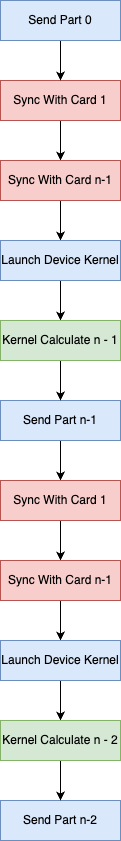
This is TCCL_PIC/RingAllreduceWorkFlow.drawio.png from BEYHHH/SBLP, a draw.io export, as it was before one commit. Source tidied: cells renumbered, new cells last; positions are measured from the earlier drawing's top-left corner, leaving out a move shared by most shapes.
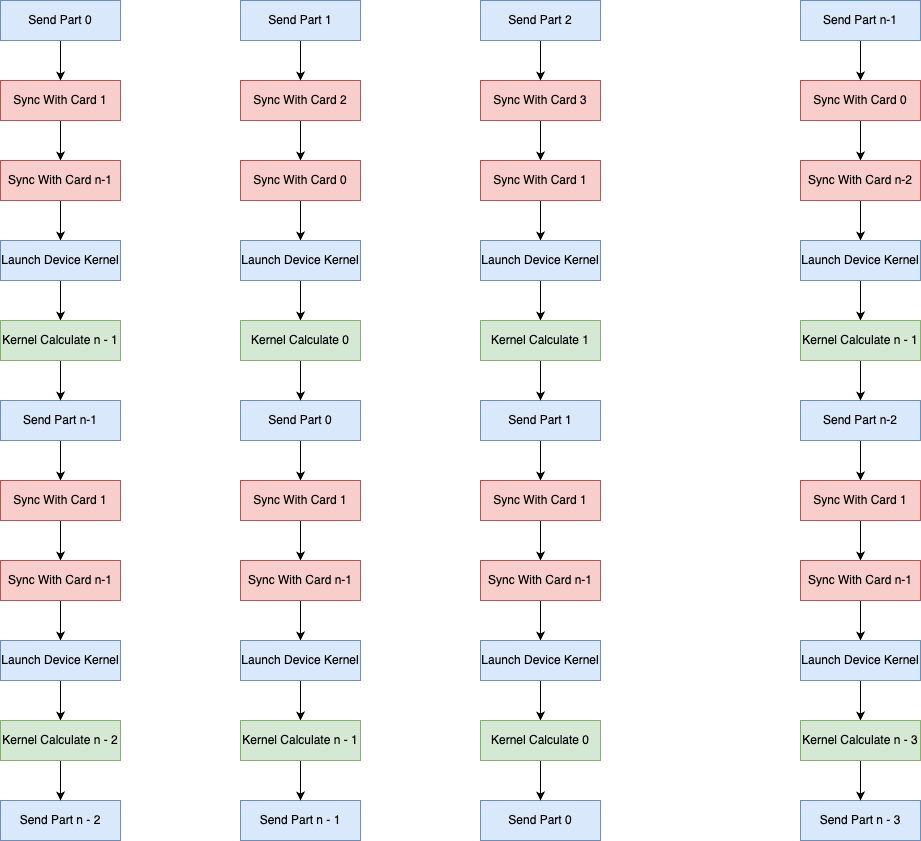
After the commit.

The edit, as a diff of the source:
```diff
@@ -56,7 +56,7 @@
     <mxCell id="19" value="Launch Device Kernel" style="rounded=0;whiteSpace=wrap;html=1;fillColor=#dae8fc;strokeColor=#6c8ebf;" parent="1" vertex="1">
       <mxGeometry y="640" width="120" height="40" as="geometry" />
     </mxCell>
-    <mxCell id="20" value="Send Part n-2" style="rounded=0;whiteSpace=wrap;html=1;fillColor=#dae8fc;strokeColor=#6c8ebf;" parent="1" vertex="1">
+    <mxCell id="20" value="Send Part n - 2" style="rounded=0;whiteSpace=wrap;html=1;fillColor=#dae8fc;strokeColor=#6c8ebf;" parent="1" vertex="1">
       <mxGeometry y="800" width="120" height="40" as="geometry" />
     </mxCell>
     <mxCell id="21" style="edgeStyle=orthogonalEdgeStyle;rounded=0;jettySize=auto;html=1;" parent="1" edge="1" source="22" target="20">
@@ -65,5 +65,194 @@
     <mxCell id="22" value="Kernel Calculate n - 2" style="rounded=0;whiteSpace=wrap;html=1;fillColor=#d5e8d4;strokeColor=#82b366;" parent="1" vertex="1">
       <mxGeometry y="720" width="120" height="40" as="geometry" />
     </mxCell>
+    <mxCell id="23" style="edgeStyle=orthogonalEdgeStyle;rounded=0;jettySize=auto;html=1;" parent="1" edge="1" source="24" target="26">
+      <mxGeometry relative="1" as="geometry" />
+    </mxCell>
+    <mxCell id="24" value="Sync With Card 2" style="rounded=0;whiteSpace=wrap;html=1;fillColor=#f8cecc;strokeColor=#b85450;" parent="1" vertex="1">
+      <mxGeometry x="240" y="80" width="120" height="40" as="geometry" />
+    </mxCell>
+    <mxCell id="25" style="edgeStyle=orthogonalEdgeStyle;rounded=0;jettySize=auto;html=1;" parent="1" edge="1" source="26" target="28">
+      <mxGeometry relative="1" as="geometry" />
+    </mxCell>
+    <mxCell id="26" value="Sync With Card 0" style="rounded=0;whiteSpace=wrap;html=1;fillColor=#f8cecc;strokeColor=#b85450;" parent="1" vertex="1">
+      <mxGeometry x="240" y="160" width="120" height="40" as="geometry" />
+    </mxCell>
+    <mxCell id="27" style="edgeStyle=orthogonalEdgeStyle;rounded=0;jettySize=auto;html=1;" parent="1" edge="1" source="28" target="34">
+      <mxGeometry relative="1" as="geometry" />
+    </mxCell>
+    <mxCell id="28" value="Launch Device Kernel" style="rounded=0;whiteSpace=wrap;html=1;fillColor=#dae8fc;strokeColor=#6c8ebf;" parent="1" vertex="1">
+      <mxGeometry x="240" y="240" width="120" height="40" as="geometry" />
+    </mxCell>
+    <mxCell id="29" style="edgeStyle=orthogonalEdgeStyle;rounded=0;jettySize=auto;html=1;" parent="1" edge="1" source="30" target="36">
+      <mxGeometry relative="1" as="geometry" />
+    </mxCell>
+    <mxCell id="30" value="Send Part 0" style="rounded=0;whiteSpace=wrap;html=1;fillColor=#dae8fc;strokeColor=#6c8ebf;" parent="1" vertex="1">
+      <mxGeometry x="240" y="400" width="120" height="40" as="geometry" />
+    </mxCell>
+    <mxCell id="31" style="edgeStyle=orthogonalEdgeStyle;rounded=0;jettySize=auto;html=1;" parent="1" edge="1" source="32" target="24">
+      <mxGeometry relative="1" as="geometry" />
+    </mxCell>
+    <mxCell id="32" value="Send Part 1" style="rounded=0;whiteSpace=wrap;html=1;fillColor=#dae8fc;strokeColor=#6c8ebf;" parent="1" vertex="1">
+      <mxGeometry x="240" width="120" height="40" as="geometry" />
+    </mxCell>
+    <mxCell id="33" style="edgeStyle=orthogonalEdgeStyle;rounded=0;jettySize=auto;html=1;" parent="1" edge="1" source="34" target="30">
+      <mxGeometry relative="1" as="geometry" />
+    </mxCell>
+    <mxCell id="34" value="Kernel Calculate 0" style="rounded=0;whiteSpace=wrap;html=1;fillColor=#d5e8d4;strokeColor=#82b366;" parent="1" vertex="1">
+      <mxGeometry x="240" y="320" width="120" height="40" as="geometry" />
+    </mxCell>
+    <mxCell id="35" style="edgeStyle=orthogonalEdgeStyle;rounded=0;jettySize=auto;html=1;" parent="1" edge="1" source="36" target="38">
+      <mxGeometry relative="1" as="geometry" />
+    </mxCell>
+    <mxCell id="36" value="Sync With Card 1" style="rounded=0;whiteSpace=wrap;html=1;fillColor=#f8cecc;strokeColor=#b85450;" parent="1" vertex="1">
+      <mxGeometry x="240" y="480" width="120" height="40" as="geometry" />
+    </mxCell>
+    <mxCell id="37" style="edgeStyle=orthogonalEdgeStyle;rounded=0;jettySize=auto;html=1;" parent="1" edge="1" source="38" target="40">
+      <mxGeometry relative="1" as="geometry" />
+    </mxCell>
+    <mxCell id="38" value="Sync With Card n-1" style="rounded=0;whiteSpace=wrap;html=1;fillColor=#f8cecc;strokeColor=#b85450;" parent="1" vertex="1">
+      <mxGeometry x="240" y="560" width="120" height="40" as="geometry" />
+    </mxCell>
+    <mxCell id="39" style="edgeStyle=orthogonalEdgeStyle;rounded=0;jettySize=auto;html=1;" parent="1" edge="1" source="40" target="43">
+      <mxGeometry relative="1" as="geometry" />
+    </mxCell>
+    <mxCell id="40" value="Launch Device Kernel" style="rounded=0;whiteSpace=wrap;html=1;fillColor=#dae8fc;strokeColor=#6c8ebf;" parent="1" vertex="1">
+      <mxGeometry x="240" y="640" width="120" height="40" as="geometry" />
+    </mxCell>
+    <mxCell id="41" value="Send Part n - 1" style="rounded=0;whiteSpace=wrap;html=1;fillColor=#dae8fc;strokeColor=#6c8ebf;" parent="1" vertex="1">
+      <mxGeometry x="240" y="800" width="120" height="40" as="geometry" />
+    </mxCell>
+    <mxCell id="42" style="edgeStyle=orthogonalEdgeStyle;rounded=0;jettySize=auto;html=1;" parent="1" edge="1" source="43" target="41">
+      <mxGeometry relative="1" as="geometry" />
+    </mxCell>
+    <mxCell id="43" value="Kernel Calculate n - 1" style="rounded=0;whiteSpace=wrap;html=1;fillColor=#d5e8d4;strokeColor=#82b366;" parent="1" vertex="1">
+      <mxGeometry x="240" y="720" width="120" height="40" as="geometry" />
+    </mxCell>
+    <mxCell id="44" style="edgeStyle=orthogonalEdgeStyle;rounded=0;jettySize=auto;html=1;" parent="1" edge="1" source="45" target="47">
+      <mxGeometry relative="1" as="geometry" />
+    </mxCell>
+    <mxCell id="45" value="Sync With Card 3" style="rounded=0;whiteSpace=wrap;html=1;fillColor=#f8cecc;strokeColor=#b85450;" parent="1" vertex="1">
+      <mxGeometry x="480" y="80" width="120" height="40" as="geometry" />
+    </mxCell>
+    <mxCell id="46" style="edgeStyle=orthogonalEdgeStyle;rounded=0;jettySize=auto;html=1;" parent="1" edge="1" source="47" target="49">
+      <mxGeometry relative="1" as="geometry" />
+    </mxCell>
+    <mxCell id="47" value="Sync With Card 1" style="rounded=0;whiteSpace=wrap;html=1;fillColor=#f8cecc;strokeColor=#b85450;" parent="1" vertex="1">
+      <mxGeometry x="480" y="160" width="120" height="40" as="geometry" />
+    </mxCell>
+    <mxCell id="48" style="edgeStyle=orthogonalEdgeStyle;rounded=0;jettySize=auto;html=1;" parent="1" edge="1" source="49" target="55">
+      <mxGeometry relative="1" as="geometry" />
+    </mxCell>
+    <mxCell id="49" value="Launch Device Kernel" style="rounded=0;whiteSpace=wrap;html=1;fillColor=#dae8fc;strokeColor=#6c8ebf;" parent="1" vertex="1">
+      <mxGeometry x="480" y="240" width="120" height="40" as="geometry" />
+    </mxCell>
+    <mxCell id="50" style="edgeStyle=orthogonalEdgeStyle;rounded=0;jettySize=auto;html=1;" parent="1" edge="1" source="51" target="57">
+      <mxGeometry relative="1" as="geometry" />
+    </mxCell>
+    <mxCell id="51" value="Send Part 1" style="rounded=0;whiteSpace=wrap;html=1;fillColor=#dae8fc;strokeColor=#6c8ebf;" parent="1" vertex="1">
+      <mxGeometry x="480" y="400" width="120" height="40" as="geometry" />
+    </mxCell>
+    <mxCell id="52" style="edgeStyle=orthogonalEdgeStyle;rounded=0;jettySize=auto;html=1;" parent="1" edge="1" source="53" target="45">
+      <mxGeometry relative="1" as="geometry" />
+    </mxCell>
+    <mxCell id="53" value="Send Part 2" style="rounded=0;whiteSpace=wrap;html=1;fillColor=#dae8fc;strokeColor=#6c8ebf;" parent="1" vertex="1">
+      <mxGeometry x="480" width="120" height="40" as="geometry" />
+    </mxCell>
+    <mxCell id="54" style="edgeStyle=orthogonalEdgeStyle;rounded=0;jettySize=auto;html=1;" parent="1" edge="1" source="55" target="51">
+      <mxGeometry relative="1" as="geometry" />
+    </mxCell>
+    <mxCell id="55" value="Kernel Calculate 1" style="rounded=0;whiteSpace=wrap;html=1;fillColor=#d5e8d4;strokeColor=#82b366;" parent="1" vertex="1">
+      <mxGeometry x="480" y="320" width="120" height="40" as="geometry" />
+    </mxCell>
+    <mxCell id="56" style="edgeStyle=orthogonalEdgeStyle;rounded=0;jettySize=auto;html=1;" parent="1" edge="1" source="57" target="59">
+      <mxGeometry relative="1" as="geometry" />
+    </mxCell>
+    <mxCell id="57" value="Sync With Card 1" style="rounded=0;whiteSpace=wrap;html=1;fillColor=#f8cecc;strokeColor=#b85450;" parent="1" vertex="1">
+      <mxGeometry x="480" y="480" width="120" height="40" as="geometry" />
+    </mxCell>
+    <mxCell id="58" style="edgeStyle=orthogonalEdgeStyle;rounded=0;jettySize=auto;html=1;" parent="1" edge="1" source="59" target="61">
+      <mxGeometry relative="1" as="geometry" />
+    </mxCell>
+    <mxCell id="59" value="Sync With Card n-1" style="rounded=0;whiteSpace=wrap;html=1;fillColor=#f8cecc;strokeColor=#b85450;" parent="1" vertex="1">
+      <mxGeometry x="480" y="560" width="120" height="40" as="geometry" />
+    </mxCell>
+    <mxCell id="60" style="edgeStyle=orthogonalEdgeStyle;rounded=0;jettySize=auto;html=1;" parent="1" edge="1" source="61" target="64">
+      <mxGeometry relative="1" as="geometry" />
+    </mxCell>
+    <mxCell id="61" value="Launch Device Kernel" style="rounded=0;whiteSpace=wrap;html=1;fillColor=#dae8fc;strokeColor=#6c8ebf;" parent="1" vertex="1">
+      <mxGeometry x="480" y="640" width="120" height="40" as="geometry" />
+    </mxCell>
+    <mxCell id="62" value="Send Part 0" style="rounded=0;whiteSpace=wrap;html=1;fillColor=#dae8fc;strokeColor=#6c8ebf;" parent="1" vertex="1">
+      <mxGeometry x="480" y="800" width="120" height="40" as="geometry" />
+    </mxCell>
+    <mxCell id="63" style="edgeStyle=orthogonalEdgeStyle;rounded=0;jettySize=auto;html=1;" parent="1" edge="1" source="64" target="62">
+      <mxGeometry relative="1" as="geometry" />
+    </mxCell>
+    <mxCell id="64" value="Kernel Calculate 0" style="rounded=0;whiteSpace=wrap;html=1;fillColor=#d5e8d4;strokeColor=#82b366;" parent="1" vertex="1">
+      <mxGeometry x="480" y="720" width="120" height="40" as="geometry" />
+    </mxCell>
+    <mxCell id="65" style="edgeStyle=orthogonalEdgeStyle;rounded=0;jettySize=auto;html=1;" parent="1" edge="1" source="66" target="68">
+      <mxGeometry relative="1" as="geometry" />
+    </mxCell>
+    <mxCell id="66" value="Sync With Card 0" style="rounded=0;whiteSpace=wrap;html=1;fillColor=#f8cecc;strokeColor=#b85450;" parent="1" vertex="1">
+      <mxGeometry x="800" y="80" width="120" height="40" as="geometry" />
+    </mxCell>
+    <mxCell id="67" style="edgeStyle=orthogonalEdgeStyle;rounded=0;jettySize=auto;html=1;" parent="1" edge="1" source="68" target="70">
+      <mxGeometry relative="1" as="geometry" />
+    </mxCell>
+    <mxCell id="68" value="Sync With Card n-2" style="rounded=0;whiteSpace=wrap;html=1;fillColor=#f8cecc;strokeColor=#b85450;" parent="1" vertex="1">
+      <mxGeometry x="800" y="160" width="120" height="40" as="geometry" />
+    </mxCell>
+    <mxCell id="69" style="edgeStyle=orthogonalEdgeStyle;rounded=0;jettySize=auto;html=1;" parent="1" edge="1" source="70" target="76">
+      <mxGeometry relative="1" as="geometry" />
+    </mxCell>
+    <mxCell id="70" value="Launch Device Kernel" style="rounded=0;whiteSpace=wrap;html=1;fillColor=#dae8fc;strokeColor=#6c8ebf;" parent="1" vertex="1">
+      <mxGeometry x="800" y="240" width="120" height="40" as="geometry" />
+    </mxCell>
+    <mxCell id="71" style="edgeStyle=orthogonalEdgeStyle;rounded=0;jettySize=auto;html=1;" parent="1" edge="1" source="72" target="78">
+      <mxGeometry relative="1" as="geometry" />
+    </mxCell>
+    <mxCell id="72" value="Send Part n-2" style="rounded=0;whiteSpace=wrap;html=1;fillColor=#dae8fc;strokeColor=#6c8ebf;" parent="1" vertex="1">
+      <mxGeometry x="800" y="400" width="120" height="40" as="geometry" />
+    </mxCell>
+    <mxCell id="73" style="edgeStyle=orthogonalEdgeStyle;rounded=0;jettySize=auto;html=1;" parent="1" edge="1" source="74" target="66">
+      <mxGeometry relative="1" as="geometry" />
+    </mxCell>
+    <mxCell id="74" value="Send Part n-1" style="rounded=0;whiteSpace=wrap;html=1;fillColor=#dae8fc;strokeColor=#6c8ebf;" parent="1" vertex="1">
+      <mxGeometry x="800" width="120" height="40" as="geometry" />
+    </mxCell>
+    <mxCell id="75" style="edgeStyle=orthogonalEdgeStyle;rounded=0;jettySize=auto;html=1;" parent="1" edge="1" source="76" target="72">
+      <mxGeometry relative="1" as="geometry" />
+    </mxCell>
+    <mxCell id="76" value="Kernel Calculate n - 1" style="rounded=0;whiteSpace=wrap;html=1;fillColor=#d5e8d4;strokeColor=#82b366;" parent="1" vertex="1">
+      <mxGeometry x="800" y="320" width="120" height="40" as="geometry" />
+    </mxCell>
+    <mxCell id="77" style="edgeStyle=orthogonalEdgeStyle;rounded=0;jettySize=auto;html=1;" parent="1" edge="1" source="78" target="80">
+      <mxGeometry relative="1" as="geometry" />
+    </mxCell>
+    <mxCell id="78" value="Sync With Card 1" style="rounded=0;whiteSpace=wrap;html=1;fillColor=#f8cecc;strokeColor=#b85450;" parent="1" vertex="1">
+      <mxGeometry x="800" y="480" width="120" height="40" as="geometry" />
+    </mxCell>
+    <mxCell id="79" style="edgeStyle=orthogonalEdgeStyle;rounded=0;jettySize=auto;html=1;" parent="1" edge="1" source="80" target="82">
+      <mxGeometry relative="1" as="geometry" />
+    </mxCell>
+    <mxCell id="80" value="Sync With Card n-1" style="rounded=0;whiteSpace=wrap;html=1;fillColor=#f8cecc;strokeColor=#b85450;" parent="1" vertex="1">
+      <mxGeometry x="800" y="560" width="120" height="40" as="geometry" />
+    </mxCell>
+    <mxCell id="81" style="edgeStyle=orthogonalEdgeStyle;rounded=0;jettySize=auto;html=1;" parent="1" edge="1" source="82" target="85">
+      <mxGeometry relative="1" as="geometry" />
+    </mxCell>
+    <mxCell id="82" value="Launch Device Kernel" style="rounded=0;whiteSpace=wrap;html=1;fillColor=#dae8fc;strokeColor=#6c8ebf;" parent="1" vertex="1">
+      <mxGeometry x="800" y="640" width="120" height="40" as="geometry" />
+    </mxCell>
+    <mxCell id="83" value="Send Part n - 3" style="rounded=0;whiteSpace=wrap;html=1;fillColor=#dae8fc;strokeColor=#6c8ebf;" parent="1" vertex="1">
+      <mxGeometry x="800" y="800" width="120" height="40" as="geometry" />
+    </mxCell>
+    <mxCell id="84" style="edgeStyle=orthogonalEdgeStyle;rounded=0;jettySize=auto;html=1;" parent="1" edge="1" source="85" target="83">
+      <mxGeometry relative="1" as="geometry" />
+    </mxCell>
+    <mxCell id="85" value="Kernel Calculate n - 3" style="rounded=0;whiteSpace=wrap;html=1;fillColor=#d5e8d4;strokeColor=#82b366;" parent="1" vertex="1">
+      <mxGeometry x="800" y="720" width="120" height="40" as="geometry" />
+    </mxCell>
   </root>
 </mxGraphModel>
```
